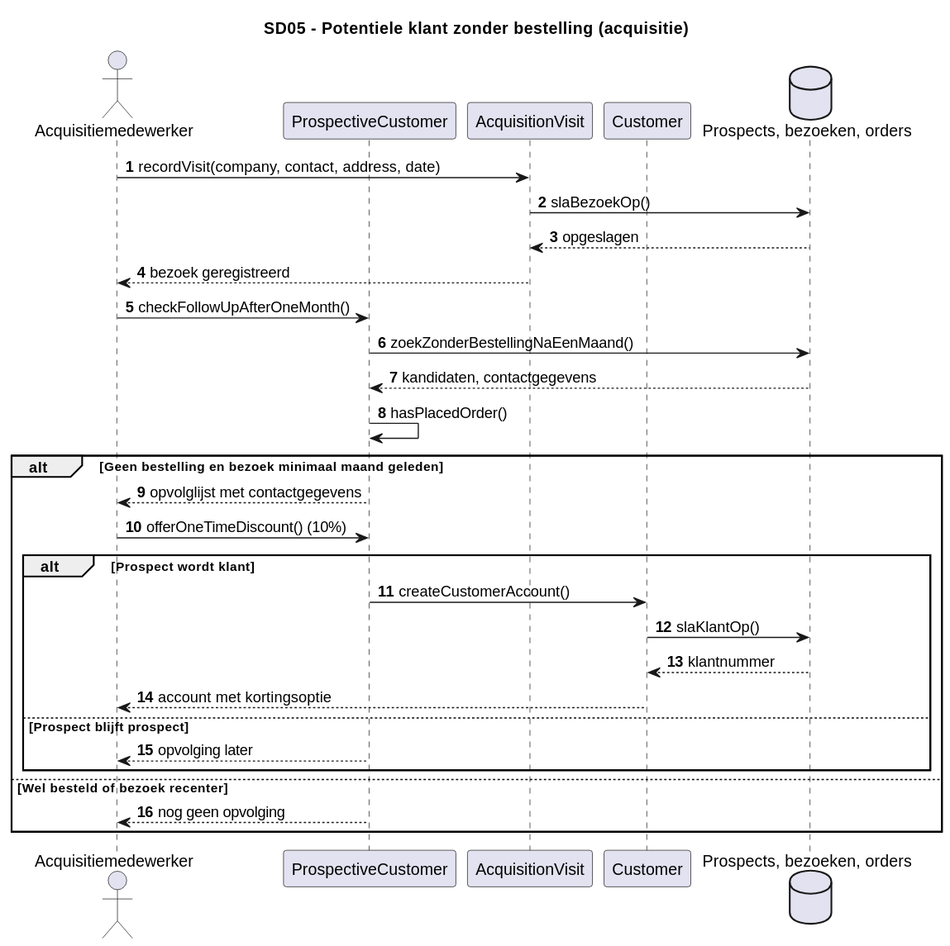
Before: Documentation/Architecture/uml/export/sequence_diagrams/SD05_PotentieleKlantGeenBestelling.svg, a diagram exported from PlantUML (ViktorQorri/Project-Timaflu). Source of this version:
```plantuml
@startuml
title SD05 - Potentiele klant zonder bestelling (acquisitie)
autonumber
actor "Acquisitiemedewerker" as M
participant "ProspectiveCustomer" as P
participant "AcquisitionVisit" as V
participant "Customer" as K
database "Prospects, bezoeken, orders" as DB
M -> V: recordVisit(company, contact, address, date)
V -> DB: slaBezoekOp()
DB --> V: opgeslagen
V --> M: bezoek geregistreerd
M -> P: checkFollowUpAfterOneMonth()
P -> DB: zoekZonderBestellingNaEenMaand()
DB --> P: kandidaten, contactgegevens
P -> P: hasPlacedOrder()
alt Geen bestelling en bezoek minimaal maand geleden
 P --> M: opvolglijst met contactgegevens
 M -> P: offerOneTimeDiscount() (10%)
 alt Prospect wordt klant
   P -> K: createCustomerAccount()
   K -> DB: slaKlantOp()
   DB --> K: klantnummer
   K --> M: account met kortingsoptie
 else Prospect blijft prospect
   P --> M: opvolging later
 end
else Wel besteld of bezoek recenter
 P --> M: nog geen opvolging
end
@enduml
```
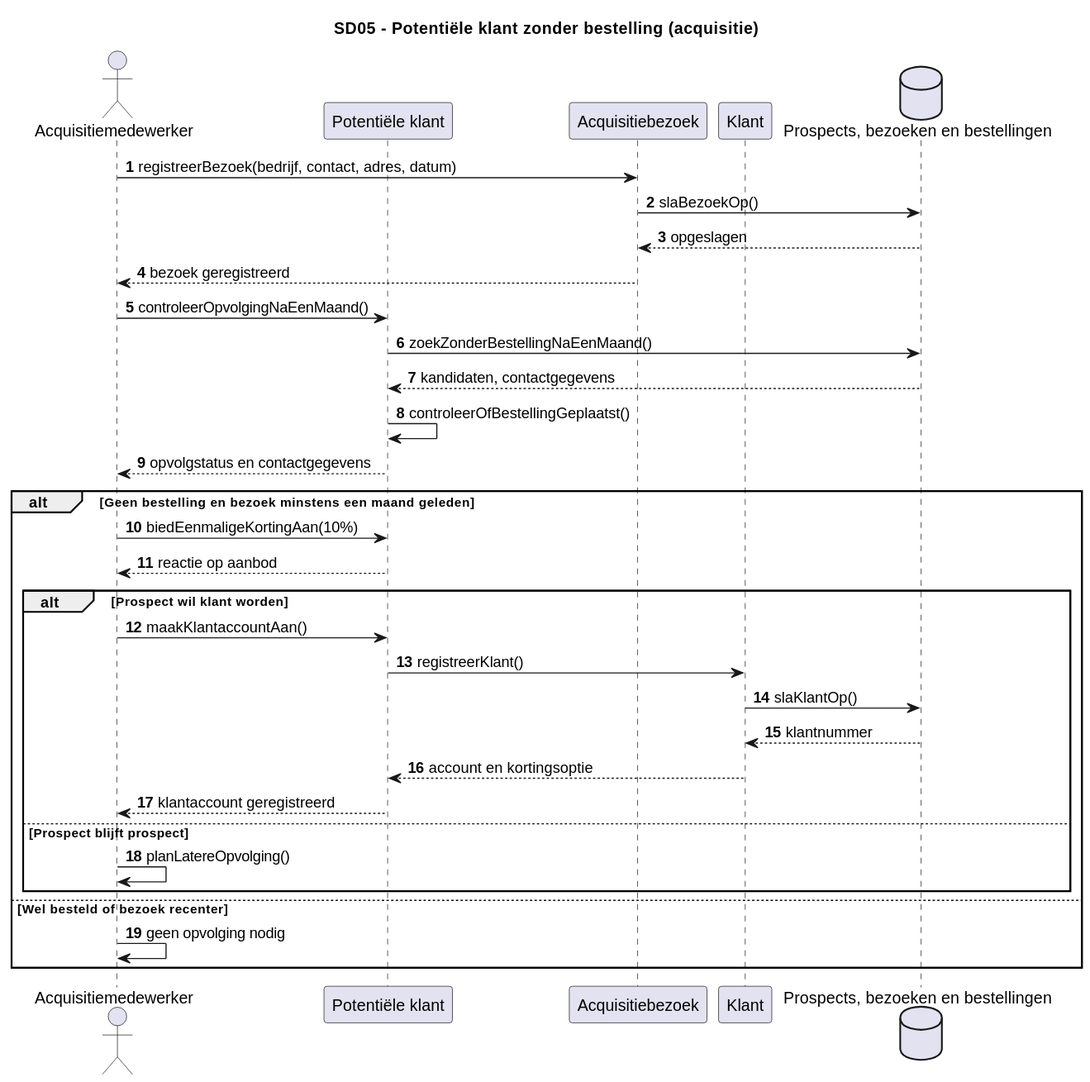
Later version of the same file.

Diff of the diagram source:
```diff
@@ -1,31 +1,35 @@
 @startuml
-title SD05 - Potentiele klant zonder bestelling (acquisitie)
+title SD05 - Potentiële klant zonder bestelling (acquisitie)
 autonumber
 actor "Acquisitiemedewerker" as M
-participant "ProspectiveCustomer" as P
-participant "AcquisitionVisit" as V
-participant "Customer" as K
-database "Prospects, bezoeken, orders" as DB
-M -> V: recordVisit(company, contact, address, date)
+participant "Potentiële klant" as P
+participant "Acquisitiebezoek" as V
+participant "Klant" as K
+database "Prospects, bezoeken en bestellingen" as DB
+
+M -> V: registreerBezoek(bedrijf, contact, adres, datum)
 V -> DB: slaBezoekOp()
 DB --> V: opgeslagen
 V --> M: bezoek geregistreerd
-M -> P: checkFollowUpAfterOneMonth()
+M -> P: controleerOpvolgingNaEenMaand()
 P -> DB: zoekZonderBestellingNaEenMaand()
 DB --> P: kandidaten, contactgegevens
-P -> P: hasPlacedOrder()
-alt Geen bestelling en bezoek minimaal maand geleden
- P --> M: opvolglijst met contactgegevens
- M -> P: offerOneTimeDiscount() (10%)
- alt Prospect wordt klant
-   P -> K: createCustomerAccount()
-   K -> DB: slaKlantOp()
-   DB --> K: klantnummer
-   K --> M: account met kortingsoptie
- else Prospect blijft prospect
-   P --> M: opvolging later
- end
+P -> P: controleerOfBestellingGeplaatst()
+P --> M: opvolgstatus en contactgegevens
+alt Geen bestelling en bezoek minstens een maand geleden
+  M -> P: biedEenmaligeKortingAan(10%)
+  P --> M: reactie op aanbod
+  alt Prospect wil klant worden
+    M -> P: maakKlantaccountAan()
+    P -> K: registreerKlant()
+    K -> DB: slaKlantOp()
+    DB --> K: klantnummer
+    K --> P: account en kortingsoptie
+    P --> M: klantaccount geregistreerd
+  else Prospect blijft prospect
+    M -> M: planLatereOpvolging()
+  end
 else Wel besteld of bezoek recenter
- P --> M: nog geen opvolging
+  M -> M: geen opvolging nodig
 end
 @enduml
```
